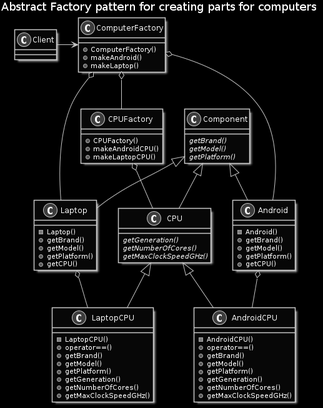
Above: DesignPatterns/AbstractFactory/ComputerAbstractFactory.png in FriskySaga/InterviewingPractice (PlantUML), before the change.
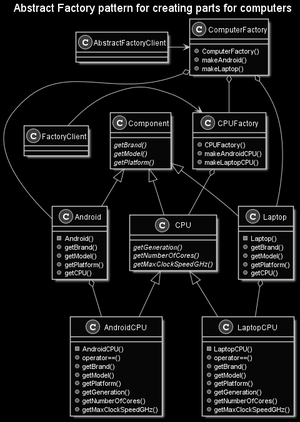
After the commit.

Commit message:
Specify factory clients in diagrams

Change to the diagram source:
```diff
@@ -88,6 +88,7 @@
 ComputerFactory o-- CPUFactory
 CPUFactory o-- CPU
 
-Client -> ComputerFactory
+AbstractFactoryClient -> ComputerFactory
+FactoryClient -> CPUFactory
 
 @enduml
```
